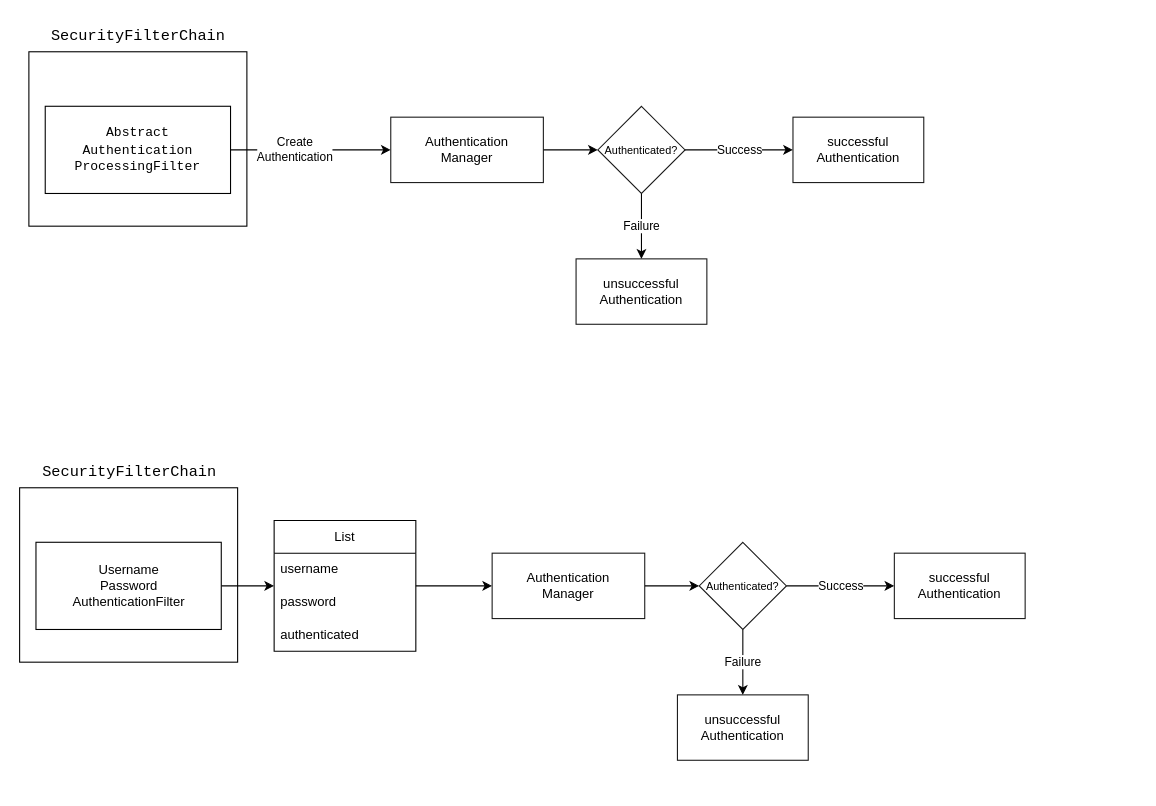
Above: 未命名绘图.drawio in error0g/images (draw.io), before the change. Source tidied: cells renumbered, new cells numbered last; positions are measured from the earlier drawing's top-left corner, leaving out a move shared by most shapes. Both pictures are drawn from the tidied source at 109%, with x=0, y=0 at pixel (19, 19).
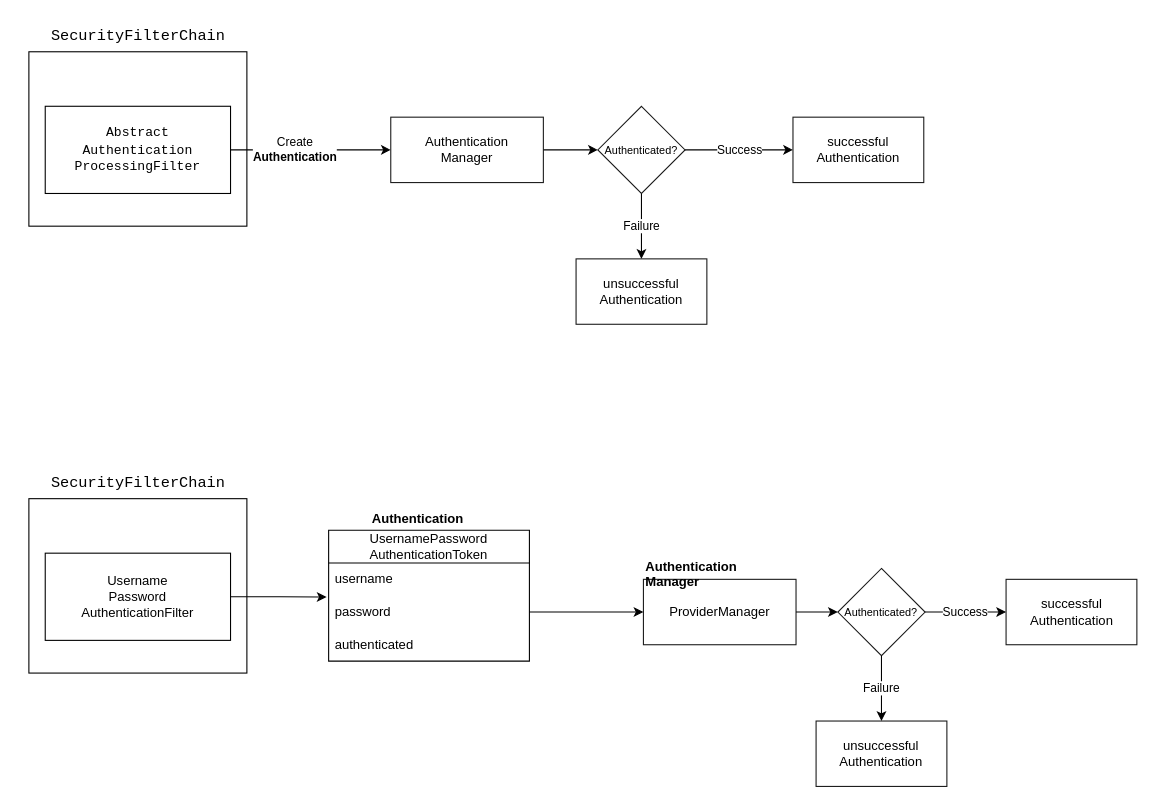
The same diagram, later.

Unchanged cells that the change refers to:
```xml
<mxCell id="4" style="edgeStyle=orthogonalEdgeStyle;rounded=0;jettySize=auto;html=1;exitX=1;exitY=0.5;exitDx=0;exitDy=0;" parent="1" edge="1" source="6" target="8">
  <mxGeometry relative="1" as="geometry" />
</mxCell>
```

What changed in the source:
```diff
@@
-    <mxCell id="5" value="&lt;div&gt;Create &lt;br&gt;&lt;/div&gt;&lt;div&gt;Authentication&lt;/div&gt;" style="edgeLabel;html=1;align=center;verticalAlign=middle;" parent="4" vertex="1">
+    <mxCell id="5" value="&lt;div&gt;Create &lt;br&gt;&lt;/div&gt;&lt;div&gt;&lt;b&gt;Authentication&lt;/b&gt;&lt;/div&gt;" style="edgeLabel;html=1;align=center;verticalAlign=middle;" parent="4" vertex="1">
       <mxGeometry x="-0.21" y="1" relative="1" as="geometry" />
     </mxCell>
@@
     <mxCell id="14" style="rounded=0;whiteSpace=wrap;html=1;" parent="1" vertex="1">
-      <mxGeometry x="0.5" y="430" width="200" height="160" as="geometry" />
+      <mxGeometry x="9" y="440" width="200" height="160" as="geometry" />
     </mxCell>
     <mxCell id="15" value="&lt;font style=&quot;font-size: 14px;&quot;&gt;&lt;code&gt;SecurityFilterChain&lt;/code&gt;&lt;/font&gt;" style="text;html=1;align=center;verticalAlign=middle;strokeColor=none;fillColor=none;" parent="1" vertex="1">
-      <mxGeometry x="10.5" y="400" width="180" height="30" as="geometry" />
+      <mxGeometry x="19" y="410" width="180" height="30" as="geometry" />
     </mxCell>
-    <mxCell id="16" style="edgeStyle=orthogonalEdgeStyle;rounded=0;jettySize=auto;html=1;exitX=1;exitY=0.5;exitDx=0;exitDy=0;" parent="1" edge="1" source="17">
-      <mxGeometry relative="1" as="geometry">
-        <mxPoint x="234" y="520" as="targetPoint" />
-      </mxGeometry>
+    <mxCell id="16" style="edgeStyle=orthogonalEdgeStyle;rounded=0;jettySize=auto;html=1;exitX=1;exitY=0.5;exitDx=0;exitDy=0;entryX=-0.01;entryY=0.043;entryDx=0;entryDy=0;entryPerimeter=0;" parent="1" edge="1" source="17" target="28">
+      <mxGeometry relative="1" as="geometry" />
     </mxCell>
     <mxCell id="17" value="&lt;div&gt;Username&lt;/div&gt;&lt;div&gt;Password&lt;/div&gt;&lt;div&gt;AuthenticationFilter&lt;/div&gt;" style="rounded=0;whiteSpace=wrap;html=1;align=center;" parent="1" vertex="1">
-      <mxGeometry x="15.5" y="480" width="170" height="80" as="geometry" />
+      <mxGeometry x="24" y="490" width="170" height="80" as="geometry" />
     </mxCell>
@@
-    <mxCell id="19" value="&lt;div&gt;Authentication&lt;/div&gt;&lt;div&gt;Manager&lt;/div&gt;" style="rounded=0;whiteSpace=wrap;html=1;opacity=90;" parent="1" vertex="1">
-      <mxGeometry x="434" y="490" width="140" height="60" as="geometry" />
+    <mxCell id="19" value="ProviderManager" style="rounded=0;whiteSpace=wrap;html=1;opacity=90;" parent="1" vertex="1">
+      <mxGeometry x="572.8" y="514" width="140" height="60" as="geometry" />
     </mxCell>
@@
     <mxCell id="22" value="&lt;font style=&quot;font-size: 10px;&quot;&gt;Authenticated?&lt;/font&gt;" style="rhombus;whiteSpace=wrap;html=1;rounded=0;opacity=90;" parent="1" vertex="1">
-      <mxGeometry x="624" y="480" width="80" height="80" as="geometry" />
+      <mxGeometry x="751.2" y="504" width="80" height="80" as="geometry" />
     </mxCell>
     <mxCell id="23" value="&lt;div&gt;unsuccessful&lt;/div&gt;&lt;div&gt;Authentication&lt;/div&gt;" style="whiteSpace=wrap;html=1;rounded=0;opacity=90;" parent="1" vertex="1">
-      <mxGeometry x="604" y="620" width="120" height="60" as="geometry" />
+      <mxGeometry x="731.2" y="644" width="120" height="60" as="geometry" />
     </mxCell>
     <mxCell id="24" value="&lt;div&gt;successful&lt;/div&gt;&lt;div&gt;Authentication&lt;/div&gt;" style="whiteSpace=wrap;html=1;rounded=0;opacity=90;" parent="1" vertex="1">
-      <mxGeometry x="803" y="490" width="120" height="60" as="geometry" />
+      <mxGeometry x="905.5" y="514" width="120" height="60" as="geometry" />
     </mxCell>
-    <mxCell id="25" style="edgeStyle=orthogonalEdgeStyle;rounded=0;jettySize=auto;html=1;exitX=1;exitY=0.5;exitDx=0;exitDy=0;entryX=0;entryY=0.5;entryDx=0;entryDy=0;" parent="1" edge="1" source="26" target="19">
-      <mxGeometry relative="1" as="geometry" />
-    </mxCell>
-    <mxCell id="26" value="List" style="swimlane;fontStyle=0;horizontal=1;startSize=30;whiteSpace=wrap;html=1;" parent="1" vertex="1">
-      <mxGeometry x="234" y="460" width="130" height="120" as="geometry" />
+    <mxCell id="26" value="&lt;div&gt;UsernamePassword&lt;/div&gt;&lt;div&gt;AuthenticationToken&lt;/div&gt;" style="swimlane;fontStyle=0;horizontal=1;startSize=30;whiteSpace=wrap;html=1;" parent="1" vertex="1">
+      <mxGeometry x="284" y="469" width="184.2" height="120" as="geometry" />
     </mxCell>
     <mxCell id="27" value="username" style="text;strokeColor=none;fillColor=none;align=left;verticalAlign=middle;spacingLeft=4;spacingRight=4;overflow=hidden;whiteSpace=wrap;html=1;" parent="26" vertex="1">
-      <mxGeometry y="30" width="130" height="30" as="geometry" />
+      <mxGeometry y="30" width="184.2" height="30" as="geometry" />
     </mxCell>
     <mxCell id="28" value="password" style="text;strokeColor=none;fillColor=none;align=left;verticalAlign=middle;spacingLeft=4;spacingRight=4;overflow=hidden;points=[[0,0.5],[1,0.5]];portConstraint=eastwest;whiteSpace=wrap;html=1;" parent="26" vertex="1">
-      <mxGeometry y="60" width="130" height="30" as="geometry" />
+      <mxGeometry y="60" width="184.2" height="30" as="geometry" />
     </mxCell>
     <mxCell id="29" value="authenticated" style="text;strokeColor=none;fillColor=none;align=left;verticalAlign=middle;spacingLeft=4;spacingRight=4;overflow=hidden;whiteSpace=wrap;html=1;" parent="26" vertex="1">
-      <mxGeometry y="90" width="130" height="30" as="geometry" />
+      <mxGeometry y="90" width="184.2" height="30" as="geometry" />
     </mxCell>
+    <mxCell id="30" style="edgeStyle=orthogonalEdgeStyle;rounded=0;jettySize=auto;html=1;exitX=1;exitY=0.5;exitDx=0;exitDy=0;entryX=0;entryY=0.5;entryDx=0;entryDy=0;" parent="1" edge="1" source="28" target="19">
+      <mxGeometry relative="1" as="geometry" />
+    </mxCell>
+    <mxCell id="31" value="&lt;b&gt;Authentication&lt;/b&gt;" style="text;whiteSpace=wrap;html=1;" parent="1" vertex="1">
+      <mxGeometry x="321.5" y="445" width="110" height="40" as="geometry" />
+    </mxCell>
+    <mxCell id="32" value="&lt;b&gt;Authentication Manager&lt;/b&gt;" style="text;whiteSpace=wrap;html=1;" parent="1" vertex="1">
+      <mxGeometry x="572.5" y="489" width="137.2" height="20" as="geometry" />
+    </mxCell>
```
